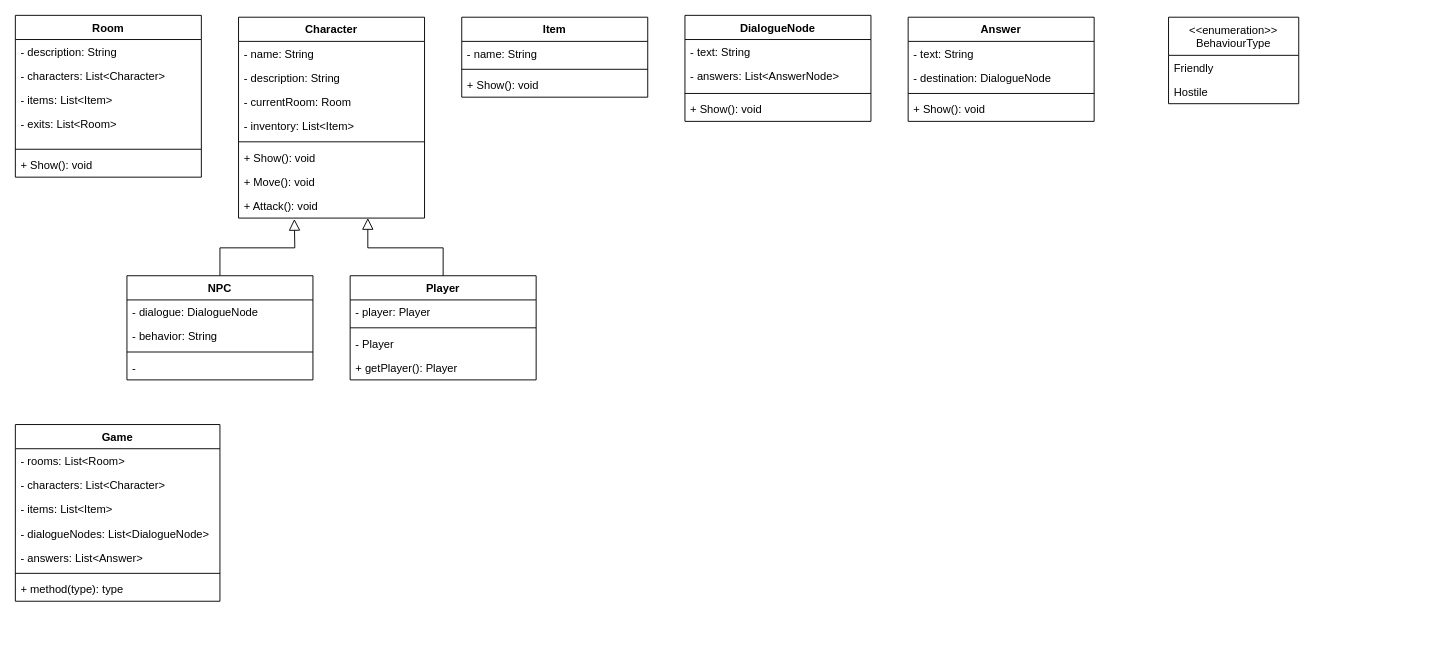
qogoist/LegendsOfAntir keeps this draw.io diagram as page "Classes" (2 of 3) of Diagrams/Legends of Antir Diagrams.drawio. Above is the earlier version. Source tidied: cells renumbered, new cells numbered last; positions are measured from the earlier drawing's top-left corner, leaving out a move shared by most shapes. Both pictures are drawn from the tidied source at 93%, with x=0, y=0 at pixel (15, 15).
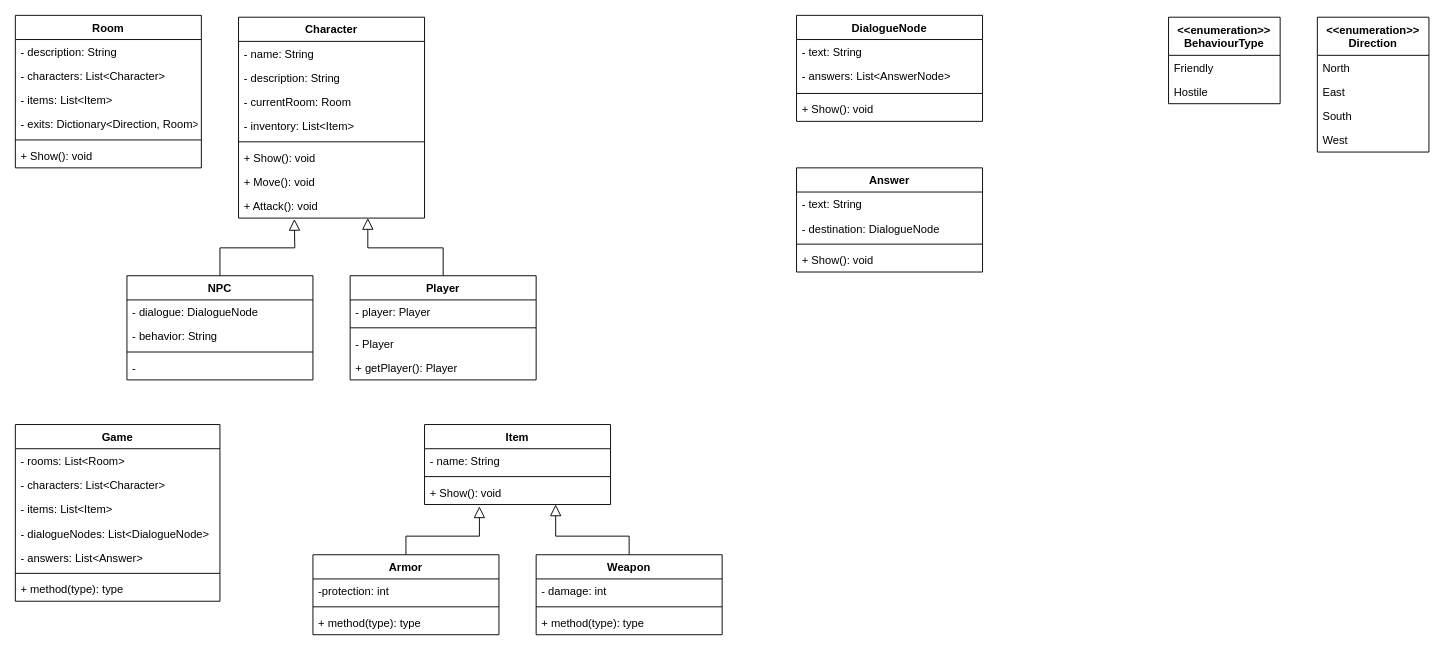
The same diagram, later.

The change refers to these unchanged cells:
```xml
<mxCell id="37" value="+ Show(): void" style="text;strokeColor=none;fillColor=none;align=left;verticalAlign=top;spacingLeft=4;spacingRight=4;overflow=hidden;points=[[0,0.5],[1,0.5]];portConstraint=eastwest;" parent="34" vertex="1">
  <mxGeometry y="60" width="200" height="26" as="geometry" />
</mxCell>
```

The edit, as a diff of the source:
```diff
@@
     <mxCell id="2" value="Room" style="swimlane;fontStyle=1;align=center;verticalAlign=top;horizontal=1;startSize=26;" parent="1" vertex="1">
-      <mxGeometry width="200" height="174" as="geometry" />
+      <mxGeometry width="200" height="164" as="geometry" />
     </mxCell>
@@
-    <mxCell id="6" value="- exits: List&lt;Room&gt;" style="text;strokeColor=none;fillColor=none;align=left;verticalAlign=top;spacingLeft=4;spacingRight=4;overflow=hidden;" parent="2" vertex="1">
-      <mxGeometry y="104" width="200" height="36" as="geometry" />
+    <mxCell id="6" value="- exits: Dictionary&lt;Direction, Room&gt;" style="text;strokeColor=none;fillColor=none;align=left;verticalAlign=top;spacingLeft=4;spacingRight=4;overflow=hidden;" parent="2" vertex="1">
+      <mxGeometry y="104" width="200" height="26" as="geometry" />
     </mxCell>
     <mxCell id="7" style="line;strokeWidth=1;fillColor=none;align=left;verticalAlign=middle;spacingTop=-1;spacingLeft=3;spacingRight=3;labelPosition=right;" parent="2" vertex="1">
-      <mxGeometry y="140" width="200" height="8" as="geometry" />
+      <mxGeometry y="130" width="200" height="8" as="geometry" />
     </mxCell>
     <mxCell id="8" value="+ Show(): void" style="text;strokeColor=none;fillColor=none;align=left;verticalAlign=top;spacingLeft=4;spacingRight=4;overflow=hidden;" parent="2" vertex="1">
-      <mxGeometry y="148" width="200" height="26" as="geometry" />
+      <mxGeometry y="138" width="200" height="26" as="geometry" />
     </mxCell>
@@
     <mxCell id="24" value="DialogueNode" style="swimlane;fontStyle=1;align=center;verticalAlign=top;horizontal=1;startSize=26;" parent="1" vertex="1">
-      <mxGeometry x="720" width="200" height="114" as="geometry" />
+      <mxGeometry x="840" width="200" height="114" as="geometry" />
     </mxCell>
@@
     <mxCell id="29" value="Answer" style="swimlane;fontStyle=1;align=center;verticalAlign=top;horizontal=1;startSize=26;fillColor=none;" parent="1" vertex="1">
-      <mxGeometry x="960" y="2" width="200" height="112" as="geometry" />
+      <mxGeometry x="840" y="164" width="200" height="112" as="geometry" />
     </mxCell>
@@
     <mxCell id="34" value="Item" style="swimlane;fontStyle=1;align=center;verticalAlign=top;horizontal=1;startSize=26;fillColor=none;" parent="1" vertex="1">
-      <mxGeometry x="480" y="2" width="200" height="86" as="geometry" />
+      <mxGeometry x="440" y="440" width="200" height="86" as="geometry" />
     </mxCell>
@@
-    <mxCell id="52" value="&lt;&lt;enumeration&gt;&gt;&#10;BehaviourType" style="swimlane;fontStyle=0;horizontal=1;startSize=41;fillColor=none;" parent="1" vertex="1">
-      <mxGeometry x="1240" y="2" width="140" height="93" as="geometry" />
+    <mxCell id="52" value="&lt;&lt;enumeration&gt;&gt;&#10;BehaviourType" style="swimlane;fontStyle=1;horizontal=1;startSize=41;fillColor=none;" parent="1" vertex="1">
+      <mxGeometry x="1240" y="2" width="120" height="93" as="geometry" />
     </mxCell>
     <mxCell id="53" value="Friendly" style="text;strokeColor=none;fillColor=none;align=left;verticalAlign=top;spacingLeft=4;spacingRight=4;overflow=hidden;" parent="52" vertex="1">
-      <mxGeometry y="41" width="140" height="26" as="geometry" />
+      <mxGeometry y="41" width="120" height="26" as="geometry" />
     </mxCell>
     <mxCell id="54" value="Hostile" style="text;strokeColor=none;fillColor=none;align=left;verticalAlign=top;spacingLeft=4;spacingRight=4;overflow=hidden;" parent="52" vertex="1">
-      <mxGeometry y="67" width="140" height="26" as="geometry" />
+      <mxGeometry y="67" width="120" height="26" as="geometry" />
     </mxCell>
+    <mxCell id="55" value="&lt;&lt;enumeration&gt;&gt;&#10;Direction" style="swimlane;fontStyle=1;horizontal=1;startSize=41;fillColor=none;" parent="1" vertex="1">
+      <mxGeometry x="1400" y="2" width="120" height="145" as="geometry" />
+    </mxCell>
+    <mxCell id="56" value="North" style="text;strokeColor=none;fillColor=none;align=left;verticalAlign=top;spacingLeft=4;spacingRight=4;overflow=hidden;" parent="55" vertex="1">
+      <mxGeometry y="41" width="120" height="26" as="geometry" />
+    </mxCell>
+    <mxCell id="57" value="East" style="text;strokeColor=none;fillColor=none;align=left;verticalAlign=top;spacingLeft=4;spacingRight=4;overflow=hidden;" parent="55" vertex="1">
+      <mxGeometry y="67" width="120" height="26" as="geometry" />
+    </mxCell>
+    <mxCell id="58" value="South" style="text;strokeColor=none;fillColor=none;align=left;verticalAlign=top;spacingLeft=4;spacingRight=4;overflow=hidden;" parent="55" vertex="1">
+      <mxGeometry y="93" width="120" height="26" as="geometry" />
+    </mxCell>
+    <mxCell id="59" value="West" style="text;strokeColor=none;fillColor=none;align=left;verticalAlign=top;spacingLeft=4;spacingRight=4;overflow=hidden;" parent="55" vertex="1">
+      <mxGeometry y="119" width="120" height="26" as="geometry" />
+    </mxCell>
+    <mxCell id="60" style="edgeStyle=orthogonalEdgeStyle;rounded=0;jettySize=auto;html=1;endArrow=block;endFill=0;endSize=10;entryX=0.295;entryY=1.077;entryDx=0;entryDy=0;entryPerimeter=0;" parent="1" edge="1" source="61" target="37">
+      <mxGeometry relative="1" as="geometry">
+        <Array as="points">
+          <mxPoint x="420" y="560" />
+          <mxPoint x="499" y="560" />
+        </Array>
+      </mxGeometry>
+    </mxCell>
+    <mxCell id="61" value="Armor" style="swimlane;fontStyle=1;align=center;verticalAlign=top;horizontal=1;startSize=26;fillColor=none;" parent="1" vertex="1">
+      <mxGeometry x="320" y="580" width="200" height="86" as="geometry" />
+    </mxCell>
+    <mxCell id="62" value="-protection: int" style="text;strokeColor=none;fillColor=none;align=left;verticalAlign=top;spacingLeft=4;spacingRight=4;overflow=hidden;" parent="61" vertex="1">
+      <mxGeometry y="26" width="200" height="26" as="geometry" />
+    </mxCell>
+    <mxCell id="63" style="line;strokeWidth=1;fillColor=none;align=left;verticalAlign=middle;spacingTop=-1;spacingLeft=3;spacingRight=3;labelPosition=right;" parent="61" vertex="1">
+      <mxGeometry y="52" width="200" height="8" as="geometry" />
+    </mxCell>
+    <mxCell id="64" value="+ method(type): type" style="text;strokeColor=none;fillColor=none;align=left;verticalAlign=top;spacingLeft=4;spacingRight=4;overflow=hidden;" parent="61" vertex="1">
+      <mxGeometry y="60" width="200" height="26" as="geometry" />
+    </mxCell>
+    <mxCell id="65" style="edgeStyle=orthogonalEdgeStyle;rounded=0;jettySize=auto;html=1;entryX=0.705;entryY=1;entryDx=0;entryDy=0;entryPerimeter=0;endArrow=block;endFill=0;endSize=10;" parent="1" edge="1" source="66" target="37">
+      <mxGeometry relative="1" as="geometry">
+        <Array as="points">
+          <mxPoint x="660" y="560" />
+          <mxPoint x="581" y="560" />
+        </Array>
+      </mxGeometry>
+    </mxCell>
+    <mxCell id="66" value="Weapon" style="swimlane;fontStyle=1;align=center;verticalAlign=top;horizontal=1;startSize=26;fillColor=none;" parent="1" vertex="1">
+      <mxGeometry x="560" y="580" width="200" height="86" as="geometry" />
+    </mxCell>
+    <mxCell id="67" value="- damage: int" style="text;strokeColor=none;fillColor=none;align=left;verticalAlign=top;spacingLeft=4;spacingRight=4;overflow=hidden;" parent="66" vertex="1">
+      <mxGeometry y="26" width="200" height="26" as="geometry" />
+    </mxCell>
+    <mxCell id="68" style="line;strokeWidth=1;fillColor=none;align=left;verticalAlign=middle;spacingTop=-1;spacingLeft=3;spacingRight=3;labelPosition=right;" parent="66" vertex="1">
+      <mxGeometry y="52" width="200" height="8" as="geometry" />
+    </mxCell>
+    <mxCell id="69" value="+ method(type): type" style="text;strokeColor=none;fillColor=none;align=left;verticalAlign=top;spacingLeft=4;spacingRight=4;overflow=hidden;" parent="66" vertex="1">
+      <mxGeometry y="60" width="200" height="26" as="geometry" />
+    </mxCell>
```
